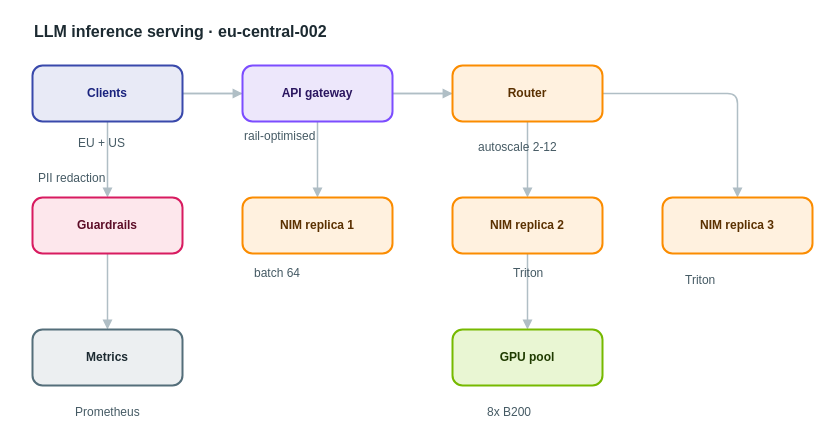
Before: apps/web/public/samples/library/002-llm-inference-serving.drawio in AryanG01/open-apprentice, a draw.io diagram. Source tidied: cells renumbered, new cells numbered last; positions are measured from the earlier drawing's top-left corner, leaving out a move shared by most shapes. Both pictures are drawn from the tidied source at 100%, with x=0, y=0 at pixel (32, 17).
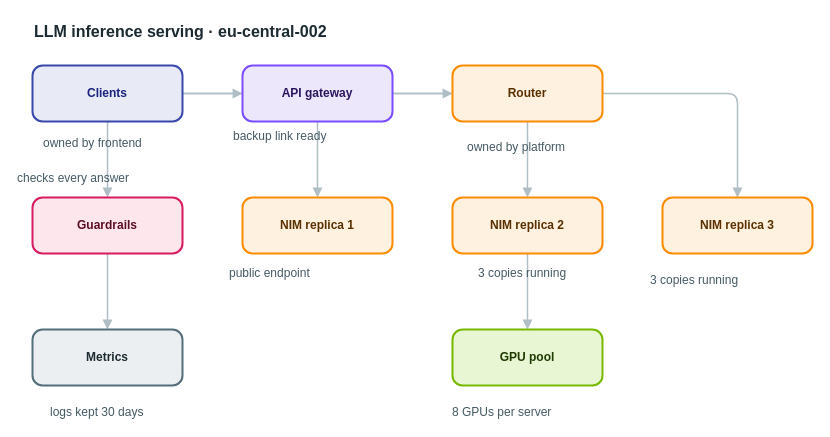
The same page after the edit.

Diff of the diagram source:
```diff
@@
-    <mxCell id="20" value="EU + US" style="text;html=1;align=left;verticalAlign=top;whiteSpace=nowrap;spacing=0;spacingTop=0;strokeColor=none;fillColor=none;fontSize=12;fontColor=#455a64;" parent="1" vertex="1">
-      <mxGeometry x="46" y="114" width="61" height="20" as="geometry" />
+    <mxCell id="20" value="owned by frontend" style="text;html=1;align=left;verticalAlign=top;whiteSpace=nowrap;spacing=0;spacingTop=0;strokeColor=none;fillColor=none;fontSize=12;fontColor=#455a64;" parent="1" vertex="1">
+      <mxGeometry x="11" y="114" width="131" height="20" as="geometry" />
     </mxCell>
-    <mxCell id="21" value="rail-optimised" style="text;html=1;align=left;verticalAlign=top;whiteSpace=nowrap;spacing=0;spacingTop=0;strokeColor=none;fillColor=none;fontSize=12;fontColor=#455a64;" parent="1" vertex="1">
-      <mxGeometry x="212" y="107" width="110" height="20" as="geometry" />
+    <mxCell id="21" value="backup link ready" style="text;html=1;align=left;verticalAlign=top;whiteSpace=nowrap;spacing=0;spacingTop=0;strokeColor=none;fillColor=none;fontSize=12;fontColor=#455a64;" parent="1" vertex="1">
+      <mxGeometry x="201" y="107" width="131" height="20" as="geometry" />
     </mxCell>
-    <mxCell id="22" value="autoscale 2-12" style="text;html=1;align=left;verticalAlign=top;whiteSpace=nowrap;spacing=0;spacingTop=0;strokeColor=none;fillColor=none;fontSize=12;fontColor=#455a64;" parent="1" vertex="1">
-      <mxGeometry x="446" y="118" width="110" height="20" as="geometry" />
+    <mxCell id="22" value="owned by platform" style="text;html=1;align=left;verticalAlign=top;whiteSpace=nowrap;spacing=0;spacingTop=0;strokeColor=none;fillColor=none;fontSize=12;fontColor=#455a64;" parent="1" vertex="1">
+      <mxGeometry x="435" y="118" width="131" height="20" as="geometry" />
     </mxCell>
-    <mxCell id="23" value="batch 64" style="text;html=1;align=left;verticalAlign=top;whiteSpace=nowrap;spacing=0;spacingTop=0;strokeColor=none;fillColor=none;fontSize=12;fontColor=#455a64;" parent="1" vertex="1">
-      <mxGeometry x="222" y="244" width="68" height="20" as="geometry" />
+    <mxCell id="23" value="public endpoint" style="text;html=1;align=left;verticalAlign=top;whiteSpace=nowrap;spacing=0;spacingTop=0;strokeColor=none;fillColor=none;fontSize=12;fontColor=#455a64;" parent="1" vertex="1">
+      <mxGeometry x="197" y="244" width="117" height="20" as="geometry" />
     </mxCell>
-    <mxCell id="24" value="Triton" style="text;html=1;align=left;verticalAlign=top;whiteSpace=nowrap;spacing=0;spacingTop=0;strokeColor=none;fillColor=none;fontSize=12;fontColor=#455a64;" parent="1" vertex="1">
-      <mxGeometry x="481" y="244" width="54" height="20" as="geometry" />
+    <mxCell id="24" value="3 copies running" style="text;html=1;align=left;verticalAlign=top;whiteSpace=nowrap;spacing=0;spacingTop=0;strokeColor=none;fillColor=none;fontSize=12;fontColor=#455a64;" parent="1" vertex="1">
+      <mxGeometry x="446" y="244" width="124" height="20" as="geometry" />
     </mxCell>
-    <mxCell id="25" value="Triton" style="text;html=1;align=left;verticalAlign=top;whiteSpace=nowrap;spacing=0;spacingTop=0;strokeColor=none;fillColor=none;fontSize=12;fontColor=#455a64;" parent="1" vertex="1">
-      <mxGeometry x="653" y="251" width="54" height="20" as="geometry" />
+    <mxCell id="25" value="3 copies running" style="text;html=1;align=left;verticalAlign=top;whiteSpace=nowrap;spacing=0;spacingTop=0;strokeColor=none;fillColor=none;fontSize=12;fontColor=#455a64;" parent="1" vertex="1">
+      <mxGeometry x="618" y="251" width="124" height="20" as="geometry" />
     </mxCell>
-    <mxCell id="26" value="8x B200" style="text;html=1;align=left;verticalAlign=top;whiteSpace=nowrap;spacing=0;spacingTop=0;strokeColor=none;fillColor=none;fontSize=12;fontColor=#455a64;" parent="1" vertex="1">
-      <mxGeometry x="455" y="383" width="61" height="20" as="geometry" />
+    <mxCell id="26" value="8 GPUs per server" style="text;html=1;align=left;verticalAlign=top;whiteSpace=nowrap;spacing=0;spacingTop=0;strokeColor=none;fillColor=none;fontSize=12;fontColor=#455a64;" parent="1" vertex="1">
+      <mxGeometry x="420" y="383" width="131" height="20" as="geometry" />
     </mxCell>
-    <mxCell id="27" value="PII redaction" style="text;html=1;align=left;verticalAlign=top;whiteSpace=nowrap;spacing=0;spacingTop=0;strokeColor=none;fillColor=none;fontSize=12;fontColor=#455a64;" parent="1" vertex="1">
-      <mxGeometry x="6" y="149" width="103" height="20" as="geometry" />
+    <mxCell id="27" value="checks every answer" style="text;html=1;align=left;verticalAlign=top;whiteSpace=nowrap;spacing=0;spacingTop=0;strokeColor=none;fillColor=none;fontSize=12;fontColor=#455a64;" parent="1" vertex="1">
+      <mxGeometry x="-15" y="149" width="145" height="20" as="geometry" />
     </mxCell>
-    <mxCell id="28" value="Prometheus" style="text;html=1;align=left;verticalAlign=top;whiteSpace=nowrap;spacing=0;spacingTop=0;strokeColor=none;fillColor=none;fontSize=12;fontColor=#455a64;" parent="1" vertex="1">
-      <mxGeometry x="43" y="383" width="82" height="20" as="geometry" />
+    <mxCell id="28" value="logs kept 30 days" style="text;html=1;align=left;verticalAlign=top;whiteSpace=nowrap;spacing=0;spacingTop=0;strokeColor=none;fillColor=none;fontSize=12;fontColor=#455a64;" parent="1" vertex="1">
+      <mxGeometry x="18" y="383" width="131" height="20" as="geometry" />
     </mxCell>
```
